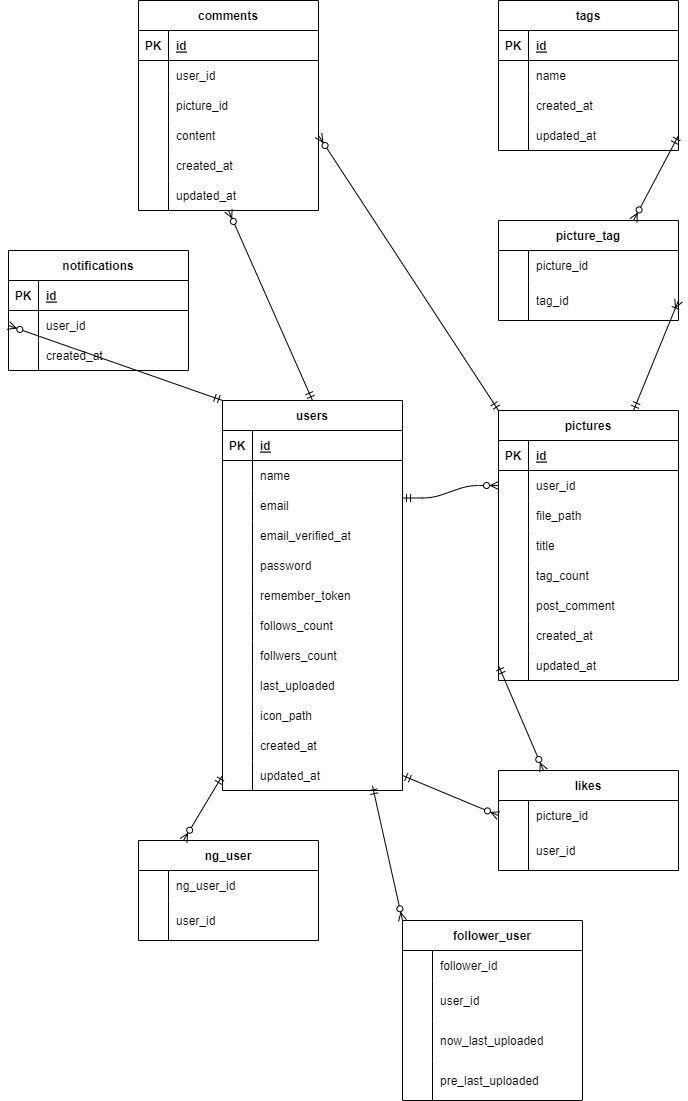
reth4e/Picoo_aws2 keeps this draw.io diagram as picoo/er.drawio.png. Above is the earlier version. Source tidied: cells renumbered, new cells last; positions are measured from the earlier drawing's top-left corner, leaving out a move shared by most shapes.
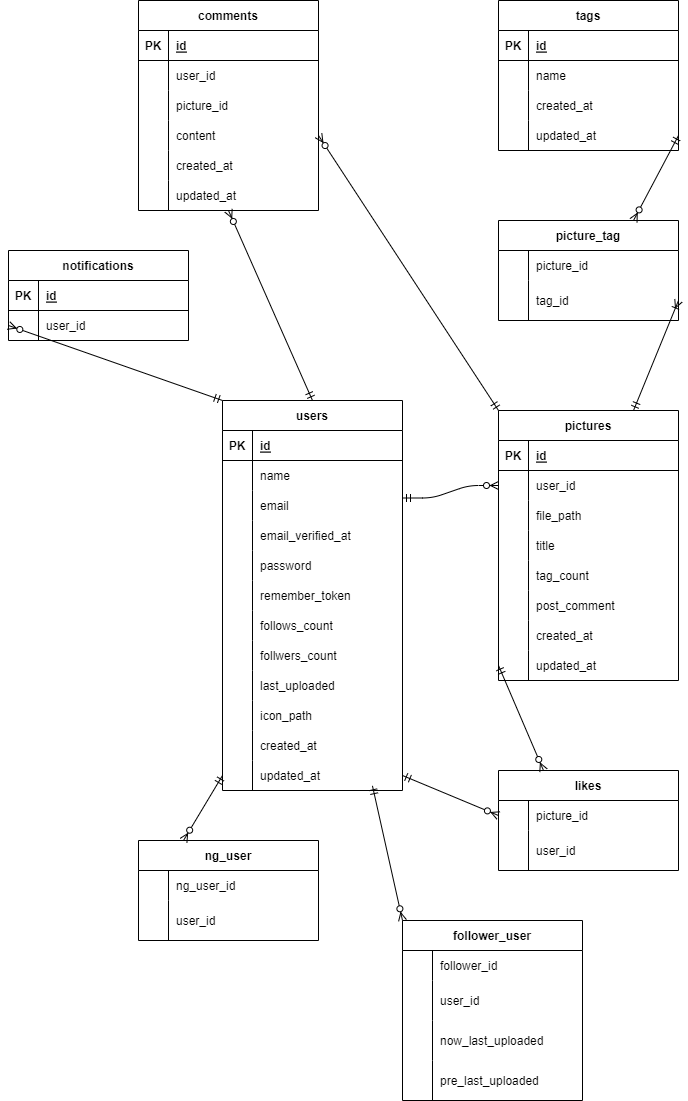
Above is the later version.

Diff of the diagram source:
```diff
@@ -418,7 +418,7 @@
       <mxGeometry relative="1" as="geometry" />
     </mxCell>
     <mxCell id="139" value="notifications" style="shape=table;startSize=30;rowLines=0;fontStyle=1;align=center;" parent="1" vertex="1">
-      <mxGeometry y="250" width="180" height="120" as="geometry" />
+      <mxGeometry y="250" width="180" height="90" as="geometry" />
     </mxCell>
     <mxCell id="140" style="shape=tableRow;horizontal=0;startSize=0;swimlaneHead=0;swimlaneBody=0;fillColor=none;top=0;left=0;right=0;bottom=1;" parent="139" vertex="1">
       <mxGeometry y="30" width="180" height="30" as="geometry" />
@@ -438,15 +438,6 @@
     <mxCell id="145" value="user_id" style="shape=partialRectangle;fillColor=none;top=0;left=0;bottom=0;right=0;align=left;spacingLeft=6;overflow=hidden;" parent="143" vertex="1">
       <mxGeometry x="30" width="150" height="30" as="geometry" />
     </mxCell>
-    <mxCell id="146" style="shape=tableRow;horizontal=0;startSize=0;swimlaneHead=0;swimlaneBody=0;fillColor=none;top=0;left=0;right=0;bottom=0;" parent="139" vertex="1">
-      <mxGeometry y="90" width="180" height="30" as="geometry" />
-    </mxCell>
-    <mxCell id="147" style="shape=partialRectangle;fillColor=none;top=0;left=0;bottom=0;right=0;overflow=hidden;" parent="146" vertex="1">
-      <mxGeometry width="30" height="30" as="geometry" />
-    </mxCell>
-    <mxCell id="148" value="created_at" style="shape=partialRectangle;fillColor=none;top=0;left=0;bottom=0;right=0;align=left;spacingLeft=6;overflow=hidden;" parent="146" vertex="1">
-      <mxGeometry x="30" width="150" height="30" as="geometry" />
-    </mxCell>
     <mxCell id="149" style="fontSize=12;html=1;endArrow=ERzeroToMany;startArrow=ERmandOne;exitX=0;exitY=0;exitDx=0;exitDy=0;entryX=0;entryY=0.5;entryDx=0;entryDy=0;" parent="1" edge="1" source="2" target="143">
       <mxGeometry relative="1" as="geometry" />
     </mxCell>
```
